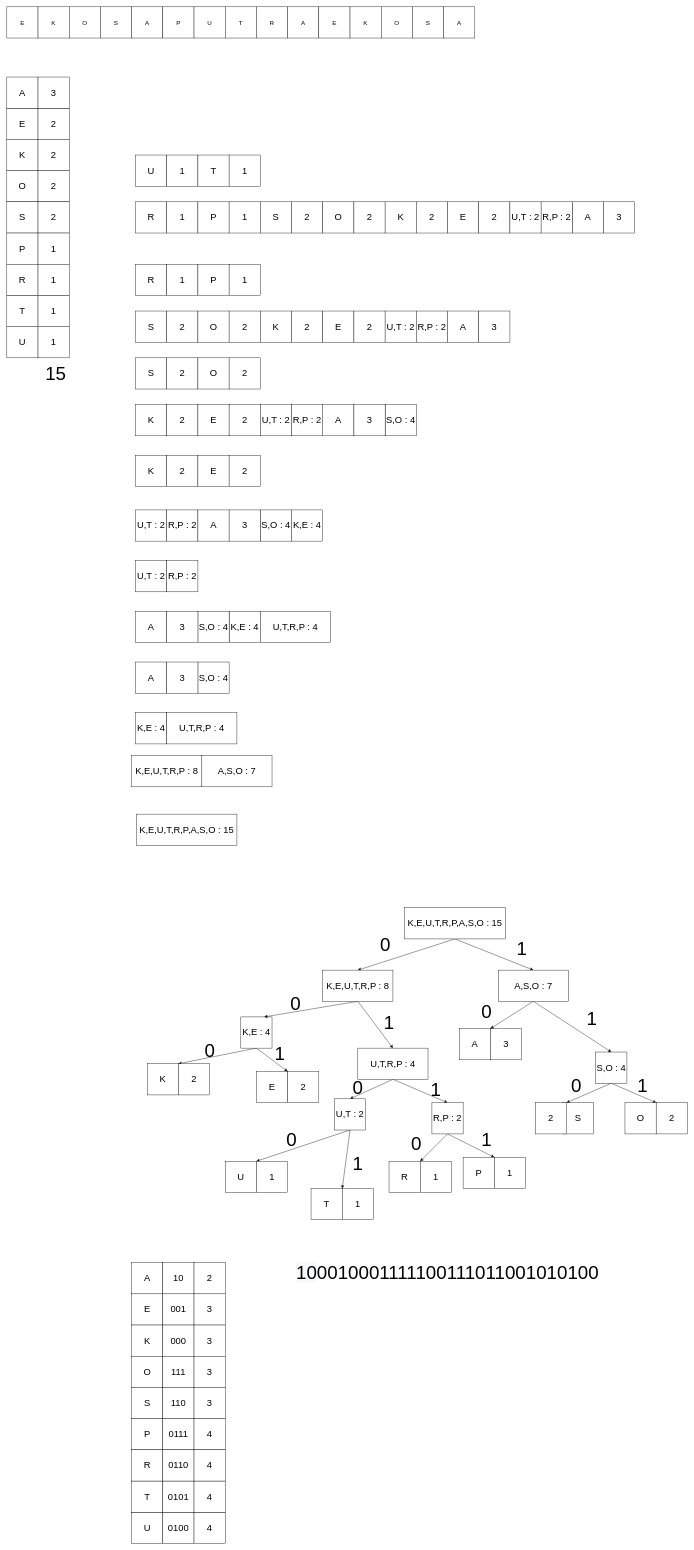
Before: flowchart/UTS Multimedia.drawio in ekovegeance-com/docs, a draw.io diagram. Source tidied: cells renumbered, new cells numbered last; positions are measured from the earlier drawing's top-left corner, leaving out a move shared by most shapes. Both pictures are drawn from the tidied source at 39%, with x=0, y=0 at pixel (7, 7).
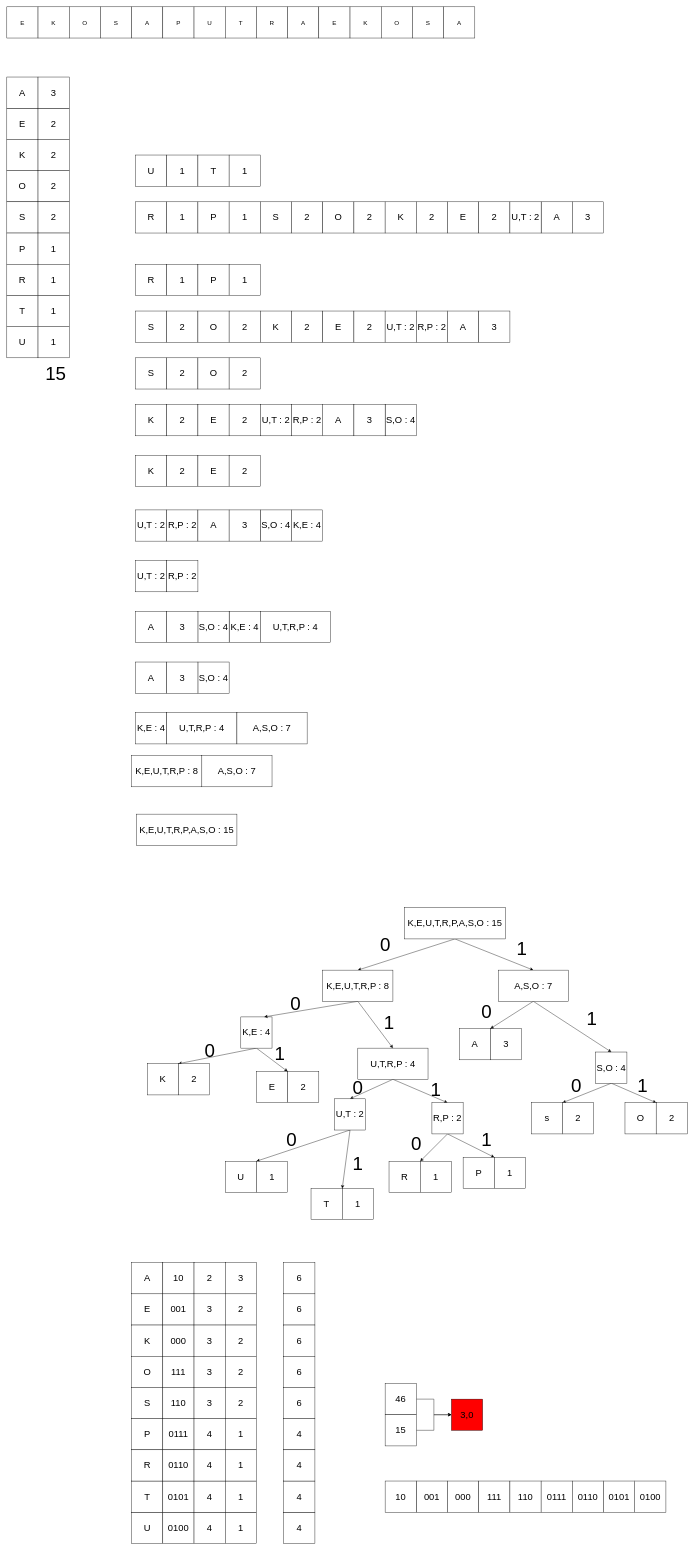
Above is the later version.

Change to the diagram source:
```diff
@@
     <mxCell id="105" value="&lt;font style=&quot;font-size: 24px&quot;&gt;A&lt;/font&gt;" style="whiteSpace=wrap;html=1;" parent="1" vertex="1">
-      <mxGeometry x="1450" y="500" width="80" height="80" as="geometry" />
+      <mxGeometry x="1370" y="500" width="80" height="80" as="geometry" />
     </mxCell>
     <mxCell id="106" value="&lt;font style=&quot;font-size: 24px&quot;&gt;3&lt;/font&gt;" style="whiteSpace=wrap;html=1;" parent="1" vertex="1">
-      <mxGeometry x="1530" y="500" width="80" height="80" as="geometry" />
+      <mxGeometry x="1450" y="500" width="80" height="80" as="geometry" />
     </mxCell>
@@
-    <mxCell id="108" value="&lt;span style=&quot;font-size: 24px&quot;&gt;R,P : 2&lt;/span&gt;" style="whiteSpace=wrap;html=1;" parent="1" vertex="1">
-      <mxGeometry x="1370" y="500" width="80" height="80" as="geometry" />
-    </mxCell>
@@
-    <mxCell id="136" value="&lt;font style=&quot;font-size: 24px&quot;&gt;S&lt;/font&gt;" style="whiteSpace=wrap;html=1;" parent="1" vertex="1">
+    <mxCell id="136" value="&lt;font style=&quot;font-size: 24px&quot;&gt;2&lt;/font&gt;" style="whiteSpace=wrap;html=1;" parent="1" vertex="1">
       <mxGeometry x="1425" y="2810" width="80" height="80" as="geometry" />
     </mxCell>
-    <mxCell id="137" value="&lt;font style=&quot;font-size: 24px&quot;&gt;2&lt;/font&gt;" style="whiteSpace=wrap;html=1;" parent="1" vertex="1">
-      <mxGeometry x="1355" y="2810" width="80" height="80" as="geometry" />
+    <mxCell id="137" value="&lt;span style=&quot;font-size: 24px&quot;&gt;s&lt;/span&gt;" style="whiteSpace=wrap;html=1;" parent="1" vertex="1">
+      <mxGeometry x="1345" y="2810" width="80" height="80" as="geometry" />
     </mxCell>
@@
-    <mxCell id="186" value="&lt;font style=&quot;font-size: 48px&quot;&gt;&lt;span style=&quot;color: rgb(0 , 0 , 0) ; font-family: &amp;#34;helvetica&amp;#34; ; font-style: normal ; font-weight: 400 ; letter-spacing: normal ; text-align: center ; text-indent: 0px ; text-transform: none ; word-spacing: 0px ; background-color: rgb(248 , 249 , 250) ; display: inline ; float: none&quot;&gt;10&lt;/span&gt;&lt;span style=&quot;text-align: center&quot;&gt;001&lt;/span&gt;&lt;span style=&quot;text-align: center&quot;&gt;000&lt;/span&gt;&lt;span style=&quot;text-align: center&quot;&gt;111&lt;/span&gt;&lt;span style=&quot;text-align: center&quot;&gt;110&lt;/span&gt;&lt;span style=&quot;text-align: center&quot;&gt;0111&lt;/span&gt;&lt;span style=&quot;text-align: center&quot;&gt;0110&lt;/span&gt;&lt;span style=&quot;text-align: center&quot;&gt;0101&lt;/span&gt;&lt;span style=&quot;text-align: center&quot;&gt;0100&lt;/span&gt;&lt;/font&gt;" style="text;whiteSpace=wrap;html=1;" parent="1" vertex="1">
-      <mxGeometry x="740" y="3210" width="800" height="70" as="geometry" />
-    </mxCell>
@@
+    <mxCell id="196" value="&lt;font style=&quot;font-size: 24px&quot;&gt;2&lt;/font&gt;" style="whiteSpace=wrap;html=1;" parent="1" vertex="1">
+      <mxGeometry x="560" y="3300" width="80" height="80" as="geometry" />
+    </mxCell>
+    <mxCell id="197" value="&lt;font style=&quot;font-size: 24px&quot;&gt;2&lt;/font&gt;" style="whiteSpace=wrap;html=1;" parent="1" vertex="1">
+      <mxGeometry x="560" y="3380" width="80" height="80" as="geometry" />
+    </mxCell>
+    <mxCell id="198" value="&lt;font style=&quot;font-size: 24px&quot;&gt;2&lt;/font&gt;" style="whiteSpace=wrap;html=1;" parent="1" vertex="1">
+      <mxGeometry x="560" y="3460" width="80" height="80" as="geometry" />
+    </mxCell>
+    <mxCell id="199" value="&lt;font style=&quot;font-size: 24px&quot;&gt;2&lt;/font&gt;" style="whiteSpace=wrap;html=1;" parent="1" vertex="1">
+      <mxGeometry x="560" y="3540" width="80" height="80" as="geometry" />
+    </mxCell>
+    <mxCell id="200" value="&lt;font style=&quot;font-size: 24px&quot;&gt;3&lt;/font&gt;" style="whiteSpace=wrap;html=1;" parent="1" vertex="1">
+      <mxGeometry x="560" y="3220" width="80" height="80" as="geometry" />
+    </mxCell>
+    <mxCell id="201" value="&lt;span style=&quot;font-size: 24px&quot;&gt;1&lt;/span&gt;" style="whiteSpace=wrap;html=1;" parent="1" vertex="1">
+      <mxGeometry x="560" y="3620" width="80" height="80" as="geometry" />
+    </mxCell>
+    <mxCell id="202" value="&lt;span style=&quot;font-size: 24px&quot;&gt;1&lt;/span&gt;" style="whiteSpace=wrap;html=1;" parent="1" vertex="1">
+      <mxGeometry x="560" y="3860" width="80" height="80" as="geometry" />
+    </mxCell>
+    <mxCell id="203" value="&lt;span style=&quot;font-size: 24px&quot;&gt;1&lt;/span&gt;" style="whiteSpace=wrap;html=1;" parent="1" vertex="1">
+      <mxGeometry x="560" y="3780" width="80" height="80" as="geometry" />
+    </mxCell>
+    <mxCell id="204" value="&lt;span style=&quot;font-size: 24px&quot;&gt;1&lt;/span&gt;" style="whiteSpace=wrap;html=1;" parent="1" vertex="1">
+      <mxGeometry x="560" y="3700" width="80" height="80" as="geometry" />
+    </mxCell>
+    <mxCell id="205" value="&lt;font style=&quot;font-size: 24px&quot;&gt;6&lt;/font&gt;" style="whiteSpace=wrap;html=1;" parent="1" vertex="1">
+      <mxGeometry x="710" y="3300" width="80" height="80" as="geometry" />
+    </mxCell>
+    <mxCell id="206" value="&lt;font style=&quot;font-size: 24px&quot;&gt;6&lt;/font&gt;" style="whiteSpace=wrap;html=1;" parent="1" vertex="1">
+      <mxGeometry x="710" y="3380" width="80" height="80" as="geometry" />
+    </mxCell>
+    <mxCell id="207" value="&lt;font style=&quot;font-size: 24px&quot;&gt;6&lt;/font&gt;" style="whiteSpace=wrap;html=1;" parent="1" vertex="1">
+      <mxGeometry x="710" y="3460" width="80" height="80" as="geometry" />
+    </mxCell>
+    <mxCell id="208" value="&lt;font style=&quot;font-size: 24px&quot;&gt;6&lt;/font&gt;" style="whiteSpace=wrap;html=1;" parent="1" vertex="1">
+      <mxGeometry x="710" y="3540" width="80" height="80" as="geometry" />
+    </mxCell>
+    <mxCell id="209" value="&lt;span style=&quot;font-size: 24px&quot;&gt;6&lt;/span&gt;" style="whiteSpace=wrap;html=1;" parent="1" vertex="1">
+      <mxGeometry x="710" y="3220" width="80" height="80" as="geometry" />
+    </mxCell>
+    <mxCell id="210" value="&lt;span style=&quot;font-size: 24px&quot;&gt;4&lt;/span&gt;" style="whiteSpace=wrap;html=1;" parent="1" vertex="1">
+      <mxGeometry x="710" y="3620" width="80" height="80" as="geometry" />
+    </mxCell>
+    <mxCell id="211" value="&lt;span style=&quot;font-size: 24px&quot;&gt;4&lt;/span&gt;" style="whiteSpace=wrap;html=1;" parent="1" vertex="1">
+      <mxGeometry x="710" y="3860" width="80" height="80" as="geometry" />
+    </mxCell>
+    <mxCell id="212" value="&lt;span style=&quot;font-size: 24px&quot;&gt;4&lt;/span&gt;" style="whiteSpace=wrap;html=1;" parent="1" vertex="1">
+      <mxGeometry x="710" y="3780" width="80" height="80" as="geometry" />
+    </mxCell>
+    <mxCell id="213" value="&lt;span style=&quot;font-size: 24px&quot;&gt;4&lt;/span&gt;" style="whiteSpace=wrap;html=1;" parent="1" vertex="1">
+      <mxGeometry x="710" y="3700" width="80" height="80" as="geometry" />
+    </mxCell>
+    <mxCell id="214" style="edgeStyle=orthogonalEdgeStyle;rounded=0;jettySize=auto;html=1;exitX=1;exitY=0.5;exitDx=0;exitDy=0;entryX=0;entryY=0.5;entryDx=0;entryDy=0;" parent="1" edge="1" source="215" target="218">
+      <mxGeometry relative="1" as="geometry" />
+    </mxCell>
+    <mxCell id="215" value="&lt;span style=&quot;font-size: 24px&quot;&gt;46&lt;/span&gt;" style="whiteSpace=wrap;html=1;" parent="1" vertex="1">
+      <mxGeometry x="970" y="3530" width="80" height="80" as="geometry" />
+    </mxCell>
+    <mxCell id="216" style="edgeStyle=orthogonalEdgeStyle;rounded=0;jettySize=auto;html=1;exitX=1;exitY=0.5;exitDx=0;exitDy=0;entryX=0;entryY=0.5;entryDx=0;entryDy=0;" parent="1" edge="1" source="217" target="218">
+      <mxGeometry relative="1" as="geometry" />
+    </mxCell>
+    <mxCell id="217" value="&lt;span style=&quot;font-size: 24px&quot;&gt;15&lt;/span&gt;" style="whiteSpace=wrap;html=1;" parent="1" vertex="1">
+      <mxGeometry x="970" y="3610" width="80" height="80" as="geometry" />
+    </mxCell>
+    <mxCell id="218" value="&lt;font style=&quot;font-size: 24px&quot;&gt;3,0&lt;/font&gt;" style="whiteSpace=wrap;html=1;fillColor=#FF0000;" parent="1" vertex="1">
+      <mxGeometry x="1140" y="3570" width="80" height="80" as="geometry" />
+    </mxCell>
+    <mxCell id="219" value="&lt;span style=&quot;font-size: 24px&quot;&gt;001&lt;/span&gt;" style="whiteSpace=wrap;html=1;" parent="1" vertex="1">
+      <mxGeometry x="1050" y="3780" width="80" height="80" as="geometry" />
+    </mxCell>
+    <mxCell id="220" value="&lt;font style=&quot;font-size: 24px&quot;&gt;000&lt;/font&gt;" style="whiteSpace=wrap;html=1;" parent="1" vertex="1">
+      <mxGeometry x="1130" y="3780" width="80" height="80" as="geometry" />
+    </mxCell>
+    <mxCell id="221" value="&lt;font style=&quot;font-size: 24px&quot;&gt;111&lt;/font&gt;" style="whiteSpace=wrap;html=1;" parent="1" vertex="1">
+      <mxGeometry x="1210" y="3780" width="80" height="80" as="geometry" />
+    </mxCell>
+    <mxCell id="222" value="&lt;font style=&quot;font-size: 24px&quot;&gt;110&lt;/font&gt;" style="whiteSpace=wrap;html=1;" parent="1" vertex="1">
+      <mxGeometry x="1290" y="3780" width="80" height="80" as="geometry" />
+    </mxCell>
+    <mxCell id="223" value="&lt;span style=&quot;font-size: 24px&quot;&gt;10&lt;/span&gt;" style="whiteSpace=wrap;html=1;" parent="1" vertex="1">
+      <mxGeometry x="970" y="3780" width="80" height="80" as="geometry" />
+    </mxCell>
+    <mxCell id="224" value="&lt;span style=&quot;font-size: 24px&quot;&gt;0111&lt;/span&gt;" style="whiteSpace=wrap;html=1;" parent="1" vertex="1">
+      <mxGeometry x="1370" y="3780" width="80" height="80" as="geometry" />
+    </mxCell>
+    <mxCell id="225" value="&lt;span style=&quot;font-size: 24px&quot;&gt;0100&lt;/span&gt;" style="whiteSpace=wrap;html=1;" parent="1" vertex="1">
+      <mxGeometry x="1610" y="3780" width="80" height="80" as="geometry" />
+    </mxCell>
+    <mxCell id="226" value="&lt;span style=&quot;font-size: 24px&quot;&gt;0101&lt;/span&gt;" style="whiteSpace=wrap;html=1;" parent="1" vertex="1">
+      <mxGeometry x="1530" y="3780" width="80" height="80" as="geometry" />
+    </mxCell>
+    <mxCell id="227" value="&lt;span style=&quot;font-size: 24px&quot;&gt;0110&lt;/span&gt;" style="whiteSpace=wrap;html=1;" parent="1" vertex="1">
+      <mxGeometry x="1450" y="3780" width="80" height="80" as="geometry" />
+    </mxCell>
+    <mxCell id="228" value="&lt;span style=&quot;font-size: 24px&quot;&gt;A,S,O : 7&lt;/span&gt;" style="rounded=0;whiteSpace=wrap;html=1;" parent="1" vertex="1">
+      <mxGeometry x="590" y="1810" width="180" height="80" as="geometry" />
+    </mxCell>
```
